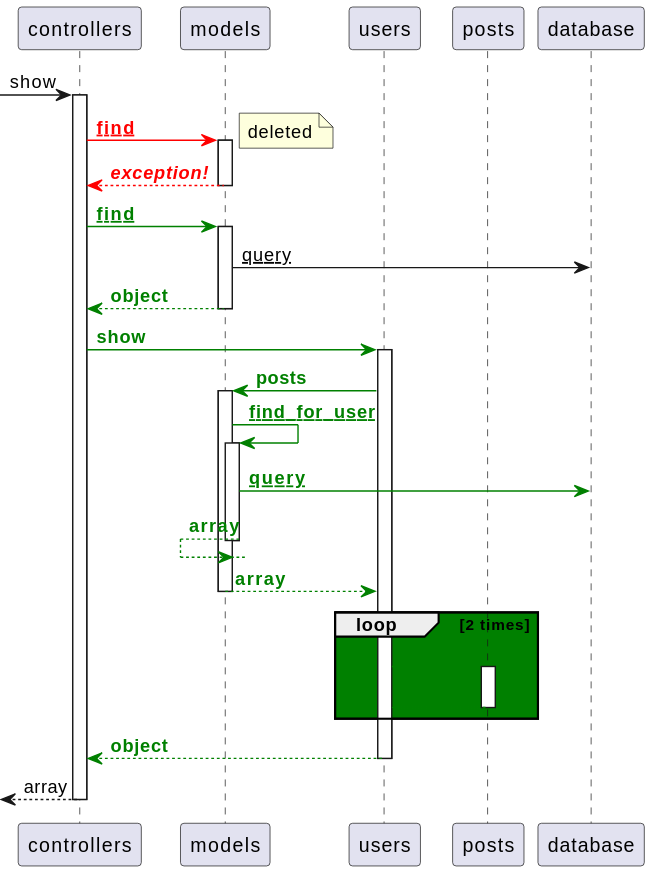
getappmap/appmap-js keeps this PlantUML diagram as packages/sequence-diagram/tests/fixtures/sequenceDiagrams/userFoundVsNotFound.sequence.svg. Above is the earlier version. Its diagram source:
```plantuml
@startuml
participant controllers as "controllers"
participant models as "models"
participant users as "users"
participant posts as "posts"
participant database as "database"
  [->controllers: show
  activate controllers
    controllers-[#red]>models: <b><color:red><u>find</u></color></b>
    Note right
deleted
    End note
    activate models
    controllers<[#red]--models: <b><color:red><i>exception!</i></color></b>
    deactivate models
    controllers-[#green]>models: <b><color:green><u>find</u></color></b>
    activate models
      models->database: <u>query</u>
    controllers<[#green]--models: <b><color:green>object</color></b>
    deactivate models
    controllers-[#green]>users: <b><color:green>show</color></b>
    activate users
      users-[#green]>models: <b><color:green>posts</color></b>
      activate models
        models-[#green]>models: <b><color:green><u>find_for_user</u></color></b>
        activate models
          models-[#green]>database: <b><color:green><u>query</u></color></b>
        models<[#green]--models: <b><color:green>array</color></b>
        deactivate models
      users<[#green]--models: <b><color:green>array</color></b>
      deactivate models
      Loop #green 2 times
        users-[#green]>posts: <b><color:green>show</color></b>
        activate posts
        users<[#green]--posts: <b><color:green>string</color></b>
        deactivate posts
      End
    controllers<[#green]--users: <b><color:green>object</color></b>
    deactivate users
  [<--controllers: array
  deactivate controllers
@enduml
```
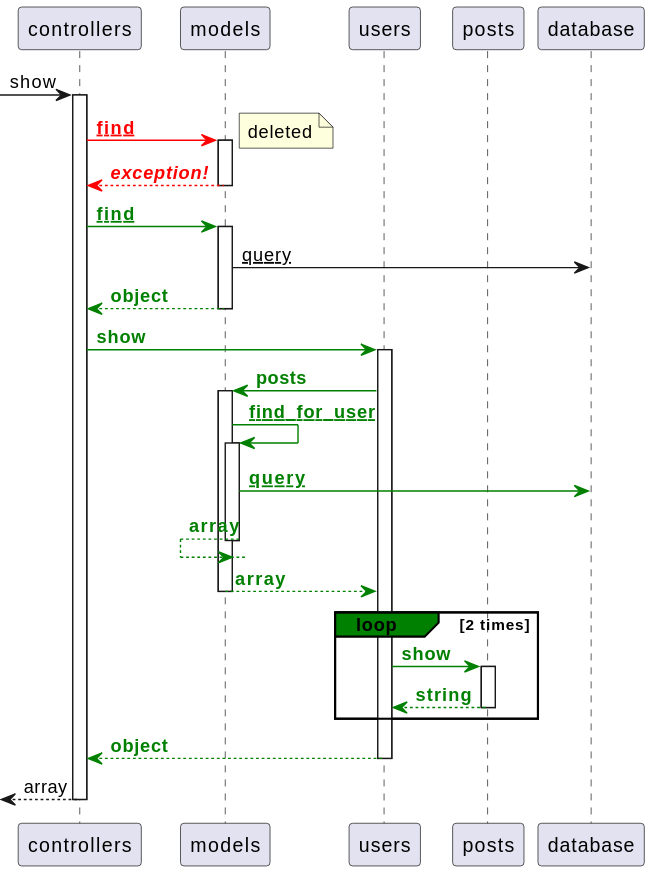
The same diagram one commit later.

Commit message:
fix: Fix seq diagram diff output

Change to the diagram source:
```diff
@@ -29,7 +29,7 @@
         deactivate models
       users<[#green]--models: <b><color:green>array</color></b>
       deactivate models
-      Loop #green 2 times
+      Loop#green 2 times
         users-[#green]>posts: <b><color:green>show</color></b>
         activate posts
         users<[#green]--posts: <b><color:green>string</color></b>
```
